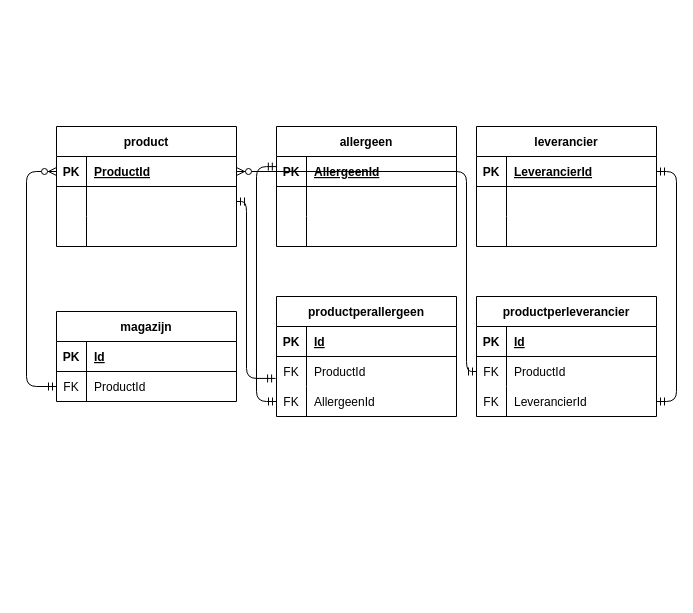
Earlier version of the draw.io diagram Diagram.drawio (ThomasTadesse/BE-opdracht-03-P3-328704). Source tidied: cells renumbered, new cells numbered last; positions are measured from the earlier drawing's top-left corner, leaving out a move shared by most shapes. Both pictures are drawn from the tidied source at 100%, with x=0, y=0 at pixel (26, 126).
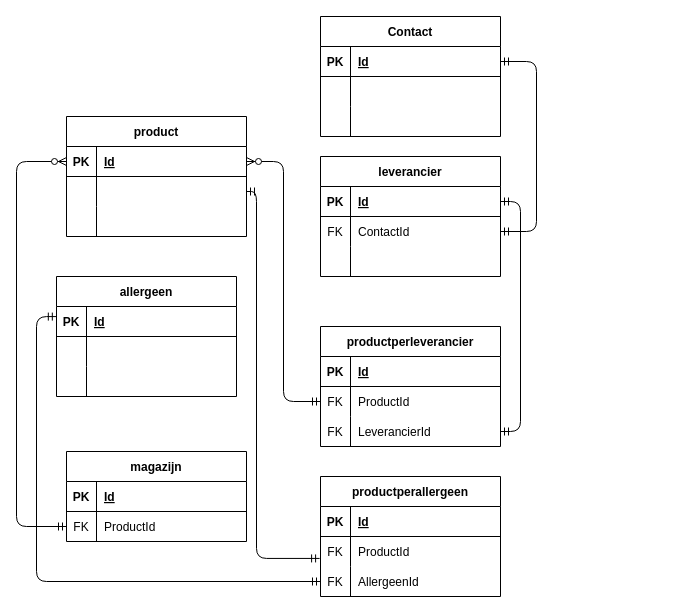
After the change.

The change refers to these unchanged cells:
```xml
<mxCell id="3" style="shape=tableRow;horizontal=0;startSize=0;swimlaneHead=0;swimlaneBody=0;fillColor=none;points=[[0,0.5],[1,0.5]];portConstraint=eastwest;top=0;left=0;right=0;bottom=1;" parent="2" vertex="1">
  <mxGeometry y="30" width="180" height="30" as="geometry" />
</mxCell>
<mxCell id="16" style="shape=tableRow;horizontal=0;startSize=0;swimlaneHead=0;swimlaneBody=0;fillColor=none;points=[[0,0.5],[1,0.5]];portConstraint=eastwest;top=0;left=0;right=0;bottom=0;" parent="12" vertex="1">
  <mxGeometry y="60" width="180" height="30" as="geometry" />
</mxCell>
<mxCell id="23" style="shape=tableRow;horizontal=0;startSize=0;swimlaneHead=0;swimlaneBody=0;fillColor=none;points=[[0,0.5],[1,0.5]];portConstraint=eastwest;top=0;left=0;right=0;bottom=0;" parent="19" vertex="1">
  <mxGeometry y="60" width="180" height="30" as="geometry" />
</mxCell>
<mxCell id="26" style="shape=tableRow;horizontal=0;startSize=0;swimlaneHead=0;swimlaneBody=0;fillColor=none;points=[[0,0.5],[1,0.5]];portConstraint=eastwest;top=0;left=0;right=0;bottom=0;" parent="19" vertex="1">
  <mxGeometry y="90" width="180" height="30" as="geometry" />
</mxCell>
<mxCell id="33" style="shape=tableRow;horizontal=0;startSize=0;swimlaneHead=0;swimlaneBody=0;fillColor=none;points=[[0,0.5],[1,0.5]];portConstraint=eastwest;top=0;left=0;right=0;bottom=0;" parent="29" vertex="1">
  <mxGeometry y="60" width="180" height="30" as="geometry" />
</mxCell>
<mxCell id="36" style="shape=tableRow;horizontal=0;startSize=0;swimlaneHead=0;swimlaneBody=0;fillColor=none;points=[[0,0.5],[1,0.5]];portConstraint=eastwest;top=0;left=0;right=0;bottom=0;" parent="29" vertex="1">
  <mxGeometry y="90" width="180" height="30" as="geometry" />
</mxCell>
<mxCell id="40" style="shape=tableRow;horizontal=0;startSize=0;swimlaneHead=0;swimlaneBody=0;fillColor=none;points=[[0,0.5],[1,0.5]];portConstraint=eastwest;top=0;left=0;right=0;bottom=1;" parent="39" vertex="1">
  <mxGeometry y="30" width="180" height="30" as="geometry" />
</mxCell>
<mxCell id="43" style="shape=tableRow;horizontal=0;startSize=0;swimlaneHead=0;swimlaneBody=0;fillColor=none;points=[[0,0.5],[1,0.5]];portConstraint=eastwest;top=0;left=0;right=0;bottom=0;" parent="39" vertex="1">
  <mxGeometry y="60" width="180" height="30" as="geometry" />
</mxCell>
<mxCell id="50" style="shape=tableRow;horizontal=0;startSize=0;swimlaneHead=0;swimlaneBody=0;fillColor=none;points=[[0,0.5],[1,0.5]];portConstraint=eastwest;top=0;left=0;right=0;bottom=1;" parent="49" vertex="1">
  <mxGeometry y="30" width="180" height="30" as="geometry" />
</mxCell>
<mxCell id="53" style="shape=tableRow;horizontal=0;startSize=0;swimlaneHead=0;swimlaneBody=0;fillColor=none;points=[[0,0.5],[1,0.5]];portConstraint=eastwest;top=0;left=0;right=0;bottom=0;" parent="49" vertex="1">
  <mxGeometry y="60" width="180" height="30" as="geometry" />
</mxCell>
```

Diff of the diagram source:
```diff
@@
     <mxCell id="2" value="allergeen" style="shape=table;startSize=30;childLayout=tableLayout;rowLines=0;fontStyle=1;align=center;" parent="1" vertex="1">
-      <mxGeometry x="250" width="180" height="120" as="geometry" />
+      <mxGeometry x="30" y="150" width="180" height="120" as="geometry" />
     </mxCell>
@@
-    <mxCell id="5" value="AllergeenId" style="shape=partialRectangle;fillColor=none;top=0;left=0;bottom=0;right=0;align=left;spacingLeft=6;fontStyle=5;overflow=hidden;" parent="3" vertex="1">
+    <mxCell id="5" value="Id" style="shape=partialRectangle;fillColor=none;top=0;left=0;bottom=0;right=0;align=left;spacingLeft=6;fontStyle=5;overflow=hidden;" parent="3" vertex="1">
       <mxGeometry x="30" width="150" height="30" as="geometry" />
     </mxCell>
@@
     <mxCell id="12" value="magazijn" style="shape=table;startSize=30;childLayout=tableLayout;rowLines=0;fontStyle=1;align=center;" parent="1" vertex="1">
-      <mxGeometry x="30" y="185" width="180" height="90" as="geometry" />
+      <mxGeometry x="40" y="325" width="180" height="90" as="geometry" />
     </mxCell>
@@
     <mxCell id="19" value="productperallergeen" style="shape=table;startSize=30;childLayout=tableLayout;rowLines=0;fontStyle=1;align=center;" parent="1" vertex="1">
-      <mxGeometry x="250" y="170" width="180" height="120" as="geometry" />
+      <mxGeometry x="294" y="350" width="180" height="120" as="geometry" />
     </mxCell>
@@
     <mxCell id="29" value="productperleverancier" style="shape=table;startSize=30;childLayout=tableLayout;rowLines=0;fontStyle=1;align=center;" parent="1" vertex="1">
-      <mxGeometry x="450" y="170" width="180" height="120" as="geometry" />
+      <mxGeometry x="294" y="200" width="180" height="120" as="geometry" />
     </mxCell>
@@
     <mxCell id="39" value="product" style="shape=table;startSize=30;childLayout=tableLayout;rowLines=0;fontStyle=1;align=center;" parent="1" vertex="1">
-      <mxGeometry x="30" width="180" height="120" as="geometry" />
+      <mxGeometry x="40" y="-10" width="180" height="120" as="geometry" />
     </mxCell>
@@
-    <mxCell id="42" value="ProductId" style="shape=partialRectangle;fillColor=none;top=0;left=0;bottom=0;right=0;align=left;spacingLeft=6;fontStyle=5;overflow=hidden;" parent="40" vertex="1">
+    <mxCell id="42" value="Id" style="shape=partialRectangle;fillColor=none;top=0;left=0;bottom=0;right=0;align=left;spacingLeft=6;fontStyle=5;overflow=hidden;" parent="40" vertex="1">
       <mxGeometry x="30" width="150" height="30" as="geometry" />
     </mxCell>
@@
     <mxCell id="49" value="leverancier" style="shape=table;startSize=30;childLayout=tableLayout;rowLines=0;fontStyle=1;align=center;" parent="1" vertex="1">
-      <mxGeometry x="450" width="180" height="120" as="geometry" />
+      <mxGeometry x="294" y="30" width="180" height="120" as="geometry" />
     </mxCell>
@@
-    <mxCell id="52" value="LeverancierId" style="shape=partialRectangle;fillColor=none;top=0;left=0;bottom=0;right=0;align=left;spacingLeft=6;fontStyle=5;overflow=hidden;" parent="50" vertex="1">
+    <mxCell id="52" value="Id" style="shape=partialRectangle;fillColor=none;top=0;left=0;bottom=0;right=0;align=left;spacingLeft=6;fontStyle=5;overflow=hidden;" parent="50" vertex="1">
       <mxGeometry x="30" width="150" height="30" as="geometry" />
     </mxCell>
@@
-    <mxCell id="54" style="shape=partialRectangle;fillColor=none;top=0;left=0;bottom=0;right=0;overflow=hidden;" parent="53" vertex="1">
+    <mxCell id="54" value="FK" style="shape=partialRectangle;fillColor=none;top=0;left=0;bottom=0;right=0;overflow=hidden;" parent="53" vertex="1">
       <mxGeometry width="30" height="30" as="geometry" />
     </mxCell>
-    <mxCell id="55" style="shape=partialRectangle;fillColor=none;top=0;left=0;bottom=0;right=0;align=left;spacingLeft=6;overflow=hidden;" parent="53" vertex="1">
+    <mxCell id="55" value="ContactId" style="shape=partialRectangle;fillColor=none;top=0;left=0;bottom=0;right=0;align=left;spacingLeft=6;overflow=hidden;" parent="53" vertex="1">
       <mxGeometry x="30" width="150" height="30" as="geometry" />
     </mxCell>
@@
     <mxCell id="59" style="edgeStyle=elbowEdgeStyle;fontSize=12;html=1;endArrow=ERzeroToMany;startArrow=ERmandOne;entryX=0;entryY=0.5;entryDx=0;entryDy=0;exitX=0;exitY=0.5;exitDx=0;exitDy=0;" parent="1" edge="1" source="16" target="40">
       <mxGeometry relative="1" as="geometry">
         <Array as="points">
-          <mxPoint y="160" />
+          <mxPoint x="-10" y="220" />
         </Array>
       </mxGeometry>
     </mxCell>
     <mxCell id="60" style="edgeStyle=elbowEdgeStyle;fontSize=12;html=1;endArrow=ERmandOne;startArrow=ERmandOne;entryX=-0.001;entryY=0.336;entryDx=0;entryDy=0;entryPerimeter=0;" parent="1" edge="1" source="26" target="3">
       <mxGeometry relative="1" as="geometry">
         <Array as="points">
-          <mxPoint x="230" y="160" />
+          <mxPoint x="10" y="330" />
         </Array>
       </mxGeometry>
     </mxCell>
-    <mxCell id="61" style="edgeStyle=elbowEdgeStyle;fontSize=12;html=1;endArrow=ERmandOne;startArrow=ERmandOne;exitX=-0.005;exitY=0.731;exitDx=0;exitDy=0;exitPerimeter=0;" parent="1" edge="1" source="23" target="43">
+    <mxCell id="61" style="edgeStyle=elbowEdgeStyle;fontSize=12;html=1;endArrow=ERmandOne;startArrow=ERmandOne;exitX=-0.005;exitY=0.731;exitDx=0;exitDy=0;exitPerimeter=0;entryX=1;entryY=0.5;entryDx=0;entryDy=0;" parent="1" edge="1" source="23" target="43">
       <mxGeometry relative="1" as="geometry">
         <Array as="points">
-          <mxPoint x="220" y="160" />
-          <mxPoint x="210" y="160" />
+          <mxPoint x="230" y="220" />
+          <mxPoint x="220" y="300" />
         </Array>
       </mxGeometry>
     </mxCell>
     <mxCell id="62" style="edgeStyle=elbowEdgeStyle;fontSize=12;html=1;endArrow=ERmandOne;startArrow=ERmandOne;entryX=1;entryY=0.5;entryDx=0;entryDy=0;exitX=1;exitY=0.5;exitDx=0;exitDy=0;" parent="1" edge="1" source="36" target="50">
       <mxGeometry relative="1" as="geometry">
         <Array as="points">
-          <mxPoint x="650" y="160" />
+          <mxPoint x="494" y="190" />
         </Array>
       </mxGeometry>
     </mxCell>
-    <mxCell id="63" style="edgeStyle=elbowEdgeStyle;fontSize=12;html=1;endArrow=ERzeroToMany;startArrow=ERmandOne;entryX=1;entryY=0.5;entryDx=0;entryDy=0;" parent="1" edge="1" source="33" target="40">
-      <mxGeometry relative="1" as="geometry">
-        <Array as="points">
-          <mxPoint x="440" y="160" />
-        </Array>
-      </mxGeometry>
+    <mxCell id="63" style="edgeStyle=elbowEdgeStyle;fontSize=12;html=1;endArrow=ERzeroToMany;startArrow=ERmandOne;entryX=1;entryY=0.5;entryDx=0;entryDy=0;exitX=0;exitY=0.5;exitDx=0;exitDy=0;" parent="1" edge="1" source="33" target="40">
+      <mxGeometry relative="1" as="geometry" />
     </mxCell>
+    <mxCell id="64" value="Contact" style="shape=table;startSize=30;childLayout=tableLayout;rowLines=0;fontStyle=1;align=center;" parent="1" vertex="1">
+      <mxGeometry x="294" y="-110" width="180" height="120" as="geometry" />
+    </mxCell>
+    <mxCell id="65" style="shape=tableRow;horizontal=0;startSize=0;swimlaneHead=0;swimlaneBody=0;fillColor=none;points=[[0,0.5],[1,0.5]];portConstraint=eastwest;top=0;left=0;right=0;bottom=1;" parent="64" vertex="1">
+      <mxGeometry y="30" width="180" height="30" as="geometry" />
+    </mxCell>
+    <mxCell id="66" value="PK" style="shape=partialRectangle;fillColor=none;top=0;left=0;bottom=0;right=0;fontStyle=1;overflow=hidden;" parent="65" vertex="1">
+      <mxGeometry width="30" height="30" as="geometry" />
+    </mxCell>
+    <mxCell id="67" value="Id" style="shape=partialRectangle;fillColor=none;top=0;left=0;bottom=0;right=0;align=left;spacingLeft=6;fontStyle=5;overflow=hidden;" parent="65" vertex="1">
+      <mxGeometry x="30" width="150" height="30" as="geometry" />
+    </mxCell>
+    <mxCell id="68" style="shape=tableRow;horizontal=0;startSize=0;swimlaneHead=0;swimlaneBody=0;fillColor=none;top=0;left=0;right=0;bottom=0;" parent="64" vertex="1">
+      <mxGeometry y="60" width="180" height="30" as="geometry" />
+    </mxCell>
+    <mxCell id="69" style="shape=partialRectangle;fillColor=none;top=0;left=0;bottom=0;right=0;overflow=hidden;" parent="68" vertex="1">
+      <mxGeometry width="30" height="30" as="geometry" />
+    </mxCell>
+    <mxCell id="70" style="shape=partialRectangle;fillColor=none;top=0;left=0;bottom=0;right=0;align=left;spacingLeft=6;overflow=hidden;" parent="68" vertex="1">
+      <mxGeometry x="30" width="150" height="30" as="geometry" />
+    </mxCell>
+    <mxCell id="71" style="shape=tableRow;horizontal=0;startSize=0;swimlaneHead=0;swimlaneBody=0;fillColor=none;top=0;left=0;right=0;bottom=0;" parent="64" vertex="1">
+      <mxGeometry y="90" width="180" height="30" as="geometry" />
+    </mxCell>
+    <mxCell id="72" style="shape=partialRectangle;fillColor=none;top=0;left=0;bottom=0;right=0;overflow=hidden;" parent="71" vertex="1">
+      <mxGeometry width="30" height="30" as="geometry" />
+    </mxCell>
+    <mxCell id="73" style="shape=partialRectangle;fillColor=none;top=0;left=0;bottom=0;right=0;align=left;spacingLeft=6;overflow=hidden;" parent="71" vertex="1">
+      <mxGeometry x="30" width="150" height="30" as="geometry" />
+    </mxCell>
+    <mxCell id="74" style="edgeStyle=elbowEdgeStyle;fontSize=12;html=1;endArrow=ERmandOne;startArrow=ERmandOne;entryX=1;entryY=0.5;entryDx=0;entryDy=0;exitX=1;exitY=0.5;exitDx=0;exitDy=0;" parent="1" edge="1" source="53" target="65">
+      <mxGeometry relative="1" as="geometry">
+        <Array as="points">
+          <mxPoint x="510" y="20" />
+        </Array>
+      </mxGeometry>
+    </mxCell>
```
